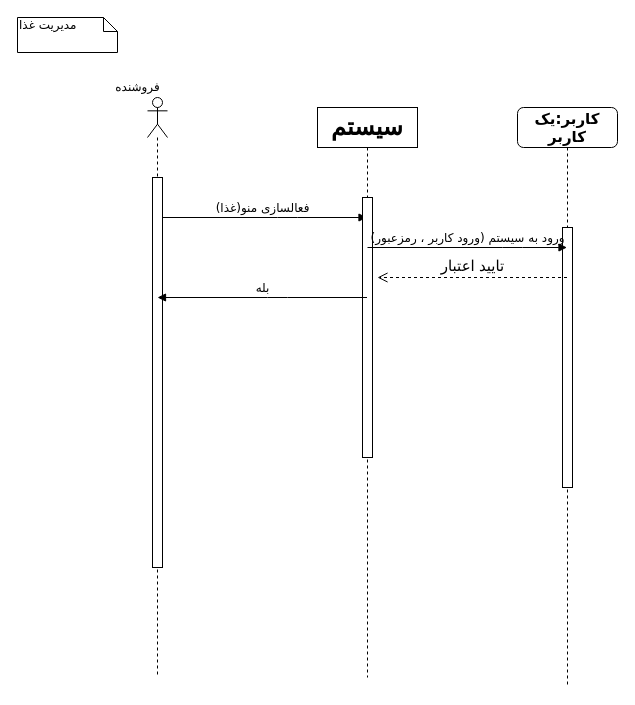
This is food_management.drawio from khoramian/TahDig_SoftwareEngineering, a draw.io file, before an edit. Source tidied: cells renumbered, new cells numbered last; positions are measured from the earlier drawing's top-left corner, leaving out a move shared by most shapes. Both pictures are drawn from the tidied source at 100%, with x=0, y=0 at pixel (17, 17).
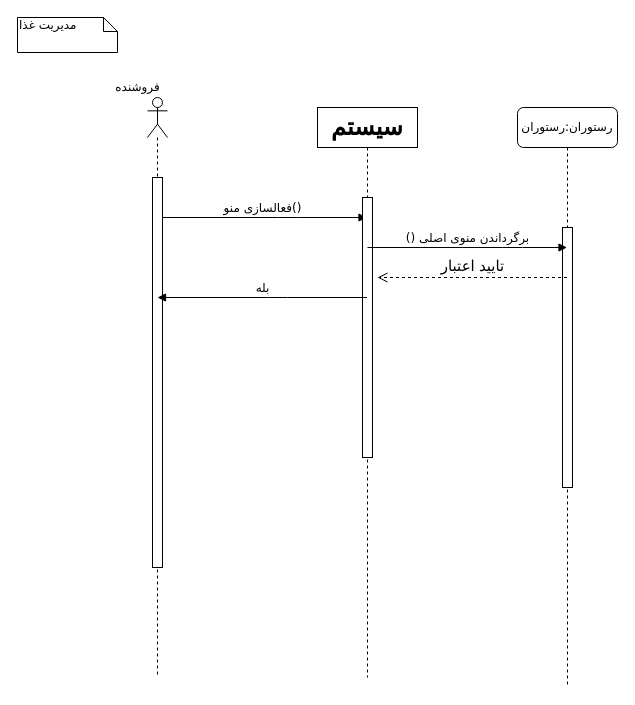
The same diagram, later.

The change refers to these unchanged cells:
```xml
<mxCell id="6" style="shape=umlLifeline;participant=umlActor;perimeter=lifelinePerimeter;whiteSpace=wrap;html=1;verticalAlign=top;spacingTop=36;outlineConnect=0;" parent="1" vertex="1">
  <mxGeometry x="130" y="80" width="20" height="580" as="geometry" />
</mxCell>
<mxCell id="8" value="&lt;b&gt;&lt;font style=&quot;font-size: 24px&quot;&gt;سیستم &lt;br&gt;&lt;/font&gt;&lt;/b&gt;" style="shape=umlLifeline;perimeter=lifelinePerimeter;whiteSpace=wrap;html=1;outlineConnect=0;" parent="1" vertex="1">
  <mxGeometry x="300" y="90" width="100" height="570" as="geometry" />
</mxCell>
```

What changed in the source:
```diff
@@
-    <mxCell id="2" value="&lt;font style=&quot;font-size: 15px&quot;&gt;&lt;b&gt;&lt;font style=&quot;font-size: 15px&quot;&gt;کاربر:یک کاربر&lt;/font&gt;&lt;/b&gt;&lt;/font&gt;" style="shape=umlLifeline;perimeter=lifelinePerimeter;whiteSpace=wrap;html=1;outlineConnect=0;rounded=1;shadow=0;comic=0;labelBackgroundColor=none;strokeWidth=1;fontFamily=Verdana;fontSize=12;align=center;" parent="1" vertex="1">
+    <mxCell id="2" value="رستوران:رستوران" style="shape=umlLifeline;perimeter=lifelinePerimeter;whiteSpace=wrap;html=1;outlineConnect=0;rounded=1;shadow=0;comic=0;labelBackgroundColor=none;strokeWidth=1;fontFamily=Verdana;fontSize=12;align=center;" parent="1" vertex="1">
       <mxGeometry x="500" y="90" width="100" height="580" as="geometry" />
     </mxCell>
@@
-    <mxCell id="4" value="فعالسازی منو(غذا)" style="html=1;verticalAlign=bottom;endArrow=block;labelBackgroundColor=none;fontFamily=Verdana;fontSize=12;edgeStyle=elbowEdgeStyle;elbow=vertical;" parent="1" edge="1" source="6" target="8">
+    <mxCell id="4" value="فعالسازی منو()" style="html=1;verticalAlign=bottom;endArrow=block;labelBackgroundColor=none;fontFamily=Verdana;fontSize=12;edgeStyle=elbowEdgeStyle;elbow=vertical;" parent="1" edge="1" source="6" target="8">
       <mxGeometry relative="1" as="geometry">
         <Array as="points">
           <mxPoint x="270" y="200" />
         </Array>
       </mxGeometry>
     </mxCell>
@@
-    <mxCell id="10" value="ورود به سیستم (ورود کاربر ، رمزعبور)" style="html=1;verticalAlign=bottom;endArrow=block;labelBackgroundColor=none;fontFamily=Verdana;fontSize=12;edgeStyle=elbowEdgeStyle;elbow=vertical;" parent="1" edge="1" target="2">
+    <mxCell id="10" value="() برگرداندن منوی اصلی" style="html=1;verticalAlign=bottom;endArrow=block;labelBackgroundColor=none;fontFamily=Verdana;fontSize=12;edgeStyle=elbowEdgeStyle;elbow=vertical;" parent="1" edge="1" target="2">
       <mxGeometry relative="1" as="geometry">
         <mxPoint x="350" y="230" as="sourcePoint" />
         <Array as="points">
           <mxPoint x="495" y="230" />
         </Array>
       </mxGeometry>
     </mxCell>
```
